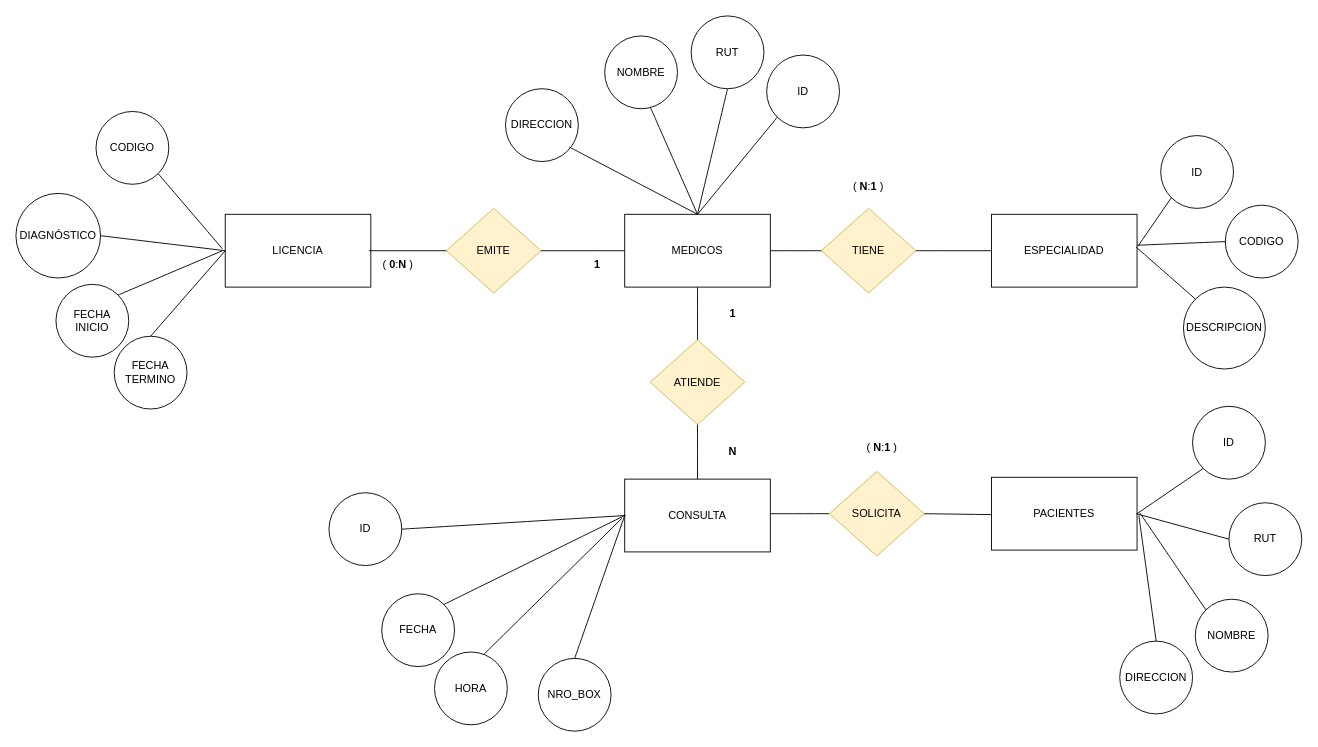
51190/fullstack-ror keeps this draw.io diagram as desafios/evaluados/entidad-relacion/modelo-conceptual.drawio. Above is the earlier version. Source tidied: cells renumbered, new cells numbered last; positions are measured from the earlier drawing's top-left corner, leaving out a move shared by most shapes. Both pictures are drawn from the tidied source at 91%, with x=0, y=0 at pixel (15, 15).
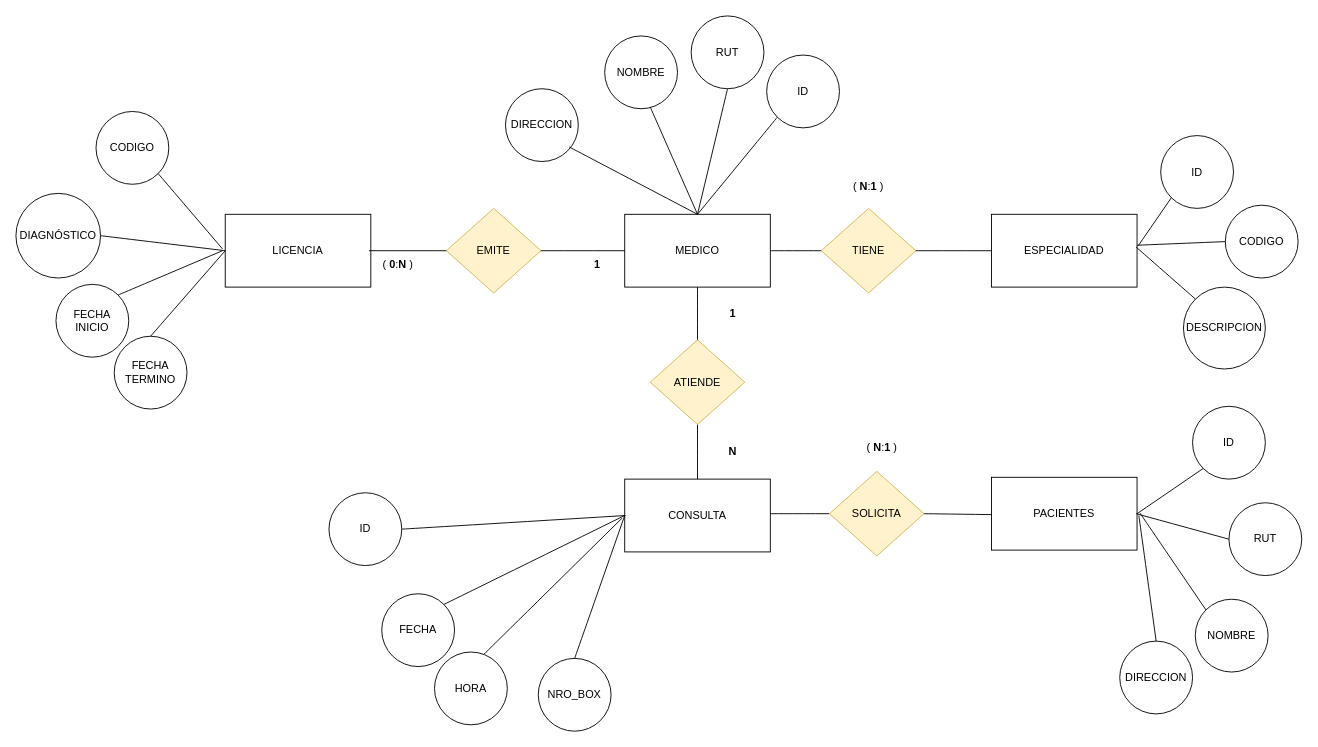
Above is the later version.

Commit message (it also covers changes not shown here):
cambio de plural a singular

Change to the diagram source:
```diff
@@
-    <mxCell id="5" value="MEDICOS" style="rounded=0;whiteSpace=wrap;html=1;" parent="1" vertex="1">
+    <mxCell id="5" value="MEDICO" style="rounded=0;whiteSpace=wrap;html=1;" parent="1" vertex="1">
       <mxGeometry x="669" y="218" width="160" height="80" as="geometry" />
     </mxCell>
```
